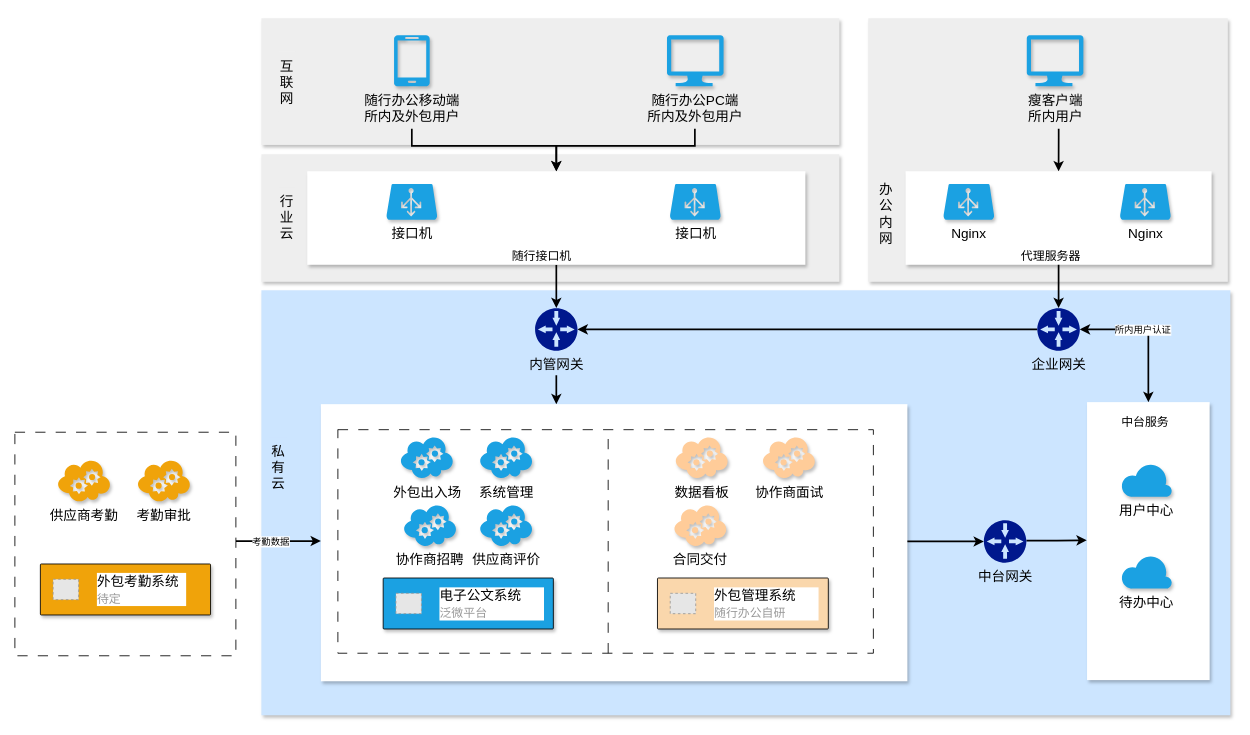
The draw.io diagram page "外包管理系统架构图" (14 of 22) of Untitled Diagram.drawio in shiki-mqp/PrivatePods, before the edit. Source tidied: cells renumbered, new cells numbered last; positions are measured from the earlier drawing's top-left corner, leaving out a move shared by most shapes. Both pictures are drawn from the tidied source at 85%, with x=0, y=0 at pixel (14, 18). Pictures stored in the file or linked from it are replaced by grey dashed boxes.
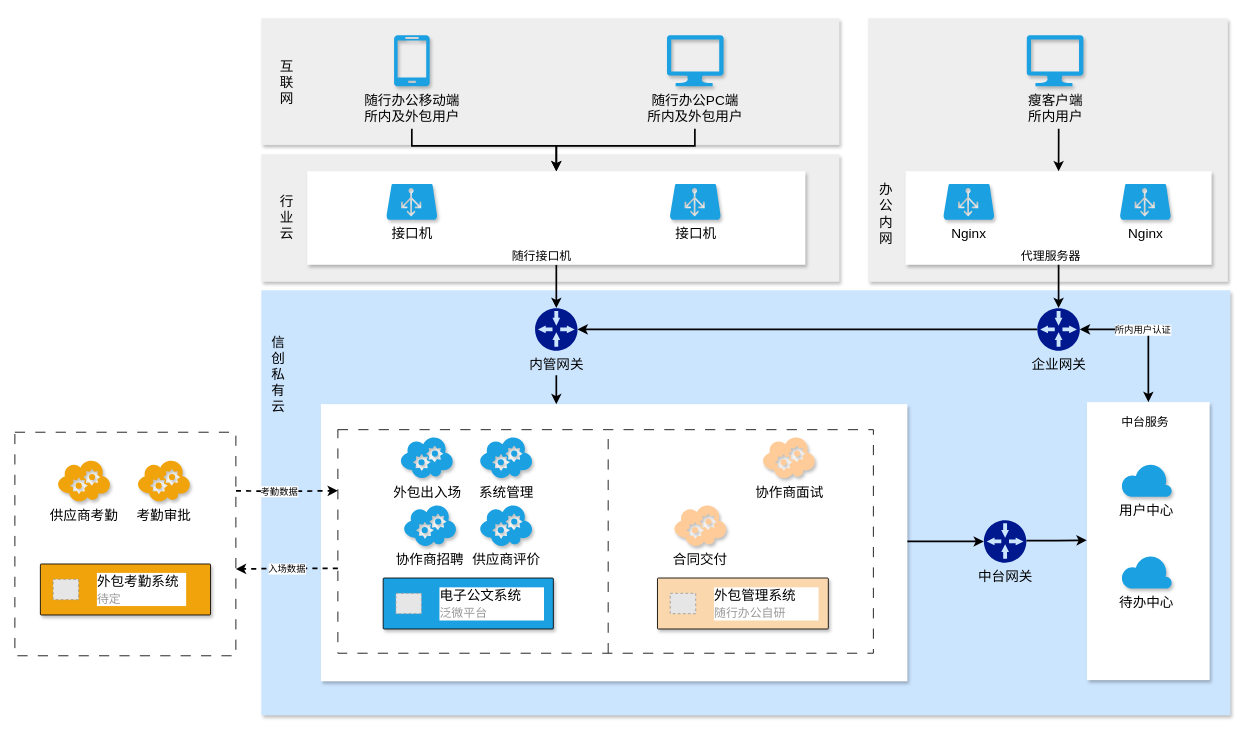
Above is the later version.

The change refers to these unchanged cells:
```xml
<mxCell id="31" style="rounded=0;whiteSpace=wrap;html=1;shadow=1;strokeColor=none;" parent="1" vertex="1">
  <mxGeometry x="360" y="454" width="690" height="326" as="geometry" />
</mxCell>
<mxCell id="55" style="rounded=0;whiteSpace=wrap;html=1;shadow=0;dashed=1;dashPattern=12 12;" parent="1" vertex="1">
  <mxGeometry y="487" width="260" height="263" as="geometry" />
</mxCell>
```

Change to the diagram source:
```diff
@@
-    <mxCell id="7" value="&lt;span style=&quot;font-size: 16px;&quot;&gt;私有云&lt;/span&gt;" style="rounded=0;whiteSpace=wrap;html=1;shadow=0;fillColor=#cce5ff;strokeColor=none;" parent="1" vertex="1">
-      <mxGeometry x="300" y="493.1" width="20" height="70" as="geometry" />
+    <mxCell id="7" value="&lt;span style=&quot;font-size: 16px;&quot;&gt;信创私有云&lt;/span&gt;" style="rounded=0;whiteSpace=wrap;html=1;shadow=0;fillColor=#cce5ff;strokeColor=none;" parent="1" vertex="1">
+      <mxGeometry x="300" y="384" width="20" height="70" as="geometry" />
     </mxCell>
@@
-    <mxCell id="34" value="数据看板" style="verticalLabelPosition=bottom;html=1;verticalAlign=top;align=center;strokeColor=none;fillColor=#ffcc99;shape=mxgraph.azure.cloud_service;shadow=1;dashed=1;strokeWidth=1;fontSize=16;fontColor=default;labelBackgroundColor=none;fontFamily=Helvetica;" parent="1" vertex="1">
-      <mxGeometry x="776.7" y="491.5" width="62.5" height="50" as="geometry" />
-    </mxCell>
@@
-    <mxCell id="53" style="edgeStyle=orthogonalEdgeStyle;rounded=0;jettySize=auto;html=1;strokeWidth=2;" parent="1" edge="1" source="55" target="31">
+    <mxCell id="53" style="edgeStyle=orthogonalEdgeStyle;rounded=0;orthogonalLoop=1;jettySize=auto;html=1;strokeWidth=2;dashed=1;entryX=0;entryY=0.25;entryDx=0;entryDy=0;" parent="1" edge="1">
       <mxGeometry relative="1" as="geometry">
-        <Array as="points">
-          <mxPoint x="330" y="615" />
-          <mxPoint x="330" y="615" />
-        </Array>
+        <mxPoint x="260" y="556" as="sourcePoint" />
+        <mxPoint x="380" y="555.8" as="targetPoint" />
       </mxGeometry>
     </mxCell>
@@
+    <mxCell id="64" style="edgeStyle=orthogonalEdgeStyle;rounded=0;jettySize=auto;html=1;strokeWidth=2;exitX=0;exitY=0.75;exitDx=0;exitDy=0;dashed=1;entryX=1;entryY=0.612;entryDx=0;entryDy=0;entryPerimeter=0;" parent="1" edge="1" target="55">
+      <mxGeometry relative="1" as="geometry">
+        <mxPoint x="380" y="647.2" as="sourcePoint" />
+        <Array as="points">
+          <mxPoint x="321" y="647" />
+          <mxPoint x="290" y="648" />
+        </Array>
+      </mxGeometry>
+    </mxCell>
+    <mxCell id="65" value="入场数据" style="edgeLabel;html=1;align=center;verticalAlign=middle;" parent="64" vertex="1">
+      <mxGeometry x="0.17" relative="1" as="geometry">
+        <mxPoint x="9" as="offset" />
+      </mxGeometry>
+    </mxCell>
```
